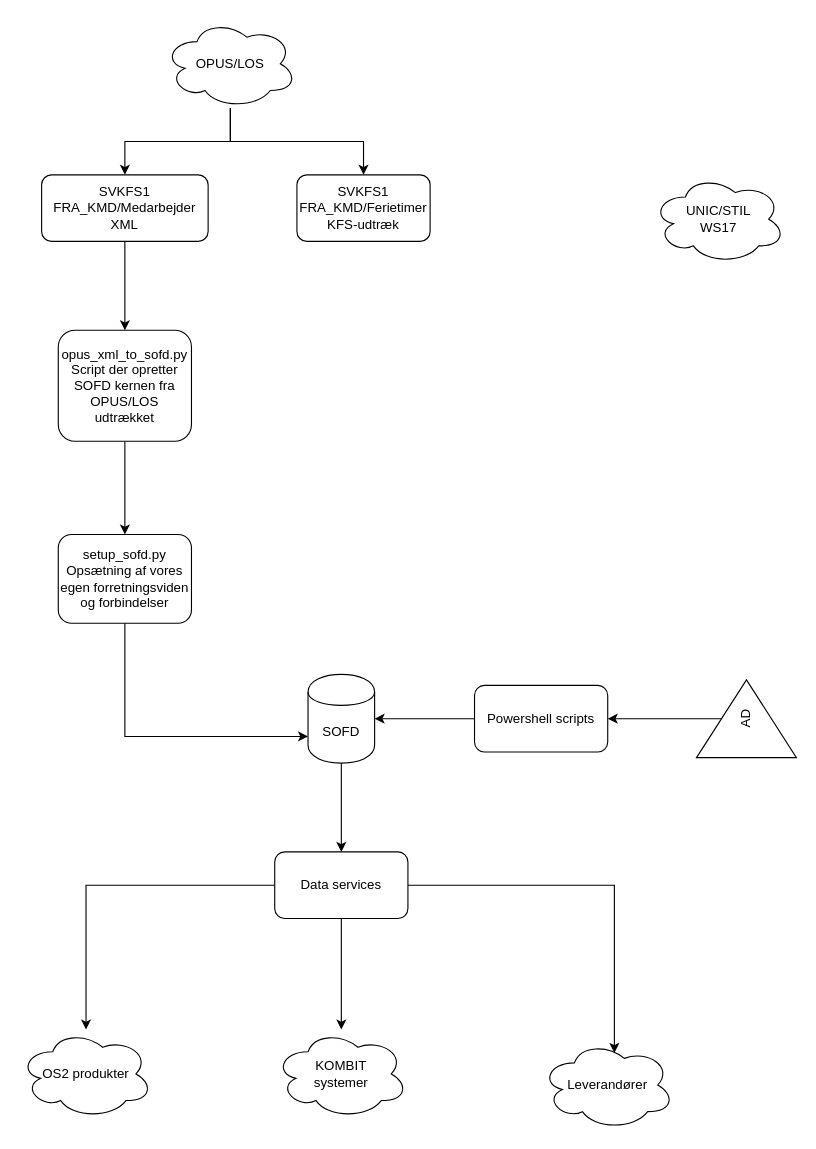
The draw.io diagram SOFD_overordnet.drawio in Skanderborg/SOFD, before the edit. Source tidied: cells renumbered, new cells numbered last; positions are measured from the earlier drawing's top-left corner, leaving out a move shared by most shapes. Both pictures are drawn from the tidied source at 111%, with x=0, y=0 at pixel (19, 19).
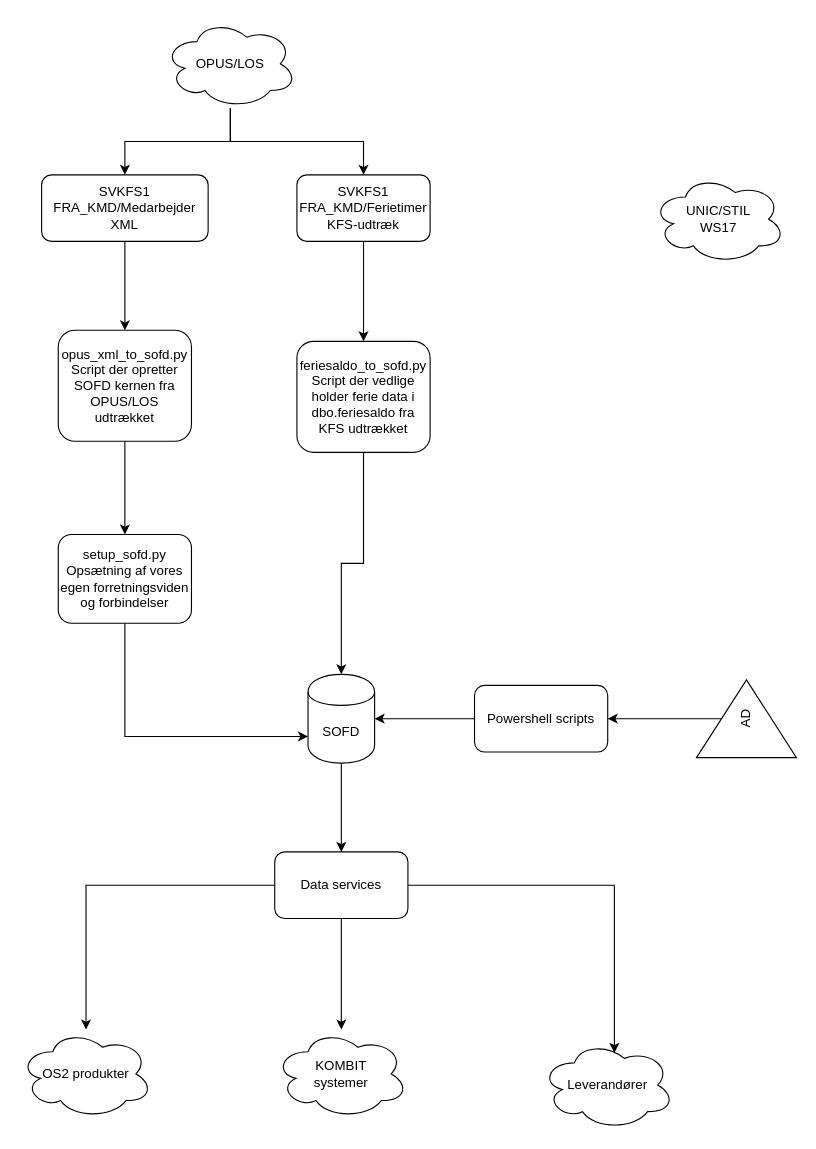
Above is the later version.

The change refers to these unchanged cells:
```xml
<mxCell id="7" value="&lt;div&gt;SVKFS1&lt;/div&gt;&lt;div&gt;FRA_KMD/Ferietimer&lt;/div&gt;&lt;div&gt;KFS-udtræk&lt;br&gt;&lt;/div&gt;" style="rounded=1;whiteSpace=wrap;html=1;" parent="1" vertex="1">
  <mxGeometry x="250" y="140" width="120" height="60" as="geometry" />
</mxCell>
<mxCell id="9" value="SOFD" style="shape=cylinder;whiteSpace=wrap;html=1;boundedLbl=1;backgroundOutline=1;" parent="1" vertex="1">
  <mxGeometry x="260" y="590" width="60" height="80" as="geometry" />
</mxCell>
```

Diff of the diagram source:
```diff
@@
+    <mxCell id="26" style="edgeStyle=orthogonalEdgeStyle;rounded=0;jettySize=auto;html=1;" parent="1" edge="1" source="7" target="28">
+      <mxGeometry relative="1" as="geometry" />
+    </mxCell>
@@
+    <mxCell id="27" style="edgeStyle=orthogonalEdgeStyle;rounded=0;jettySize=auto;html=1;" parent="1" edge="1" source="28" target="9">
+      <mxGeometry relative="1" as="geometry" />
+    </mxCell>
+    <mxCell id="28" value="&lt;div&gt;feriesaldo_to_sofd.py&lt;/div&gt;&lt;div&gt;Script der vedlige holder ferie data i dbo.feriesaldo fra KFS udtrækket&lt;br&gt;&lt;/div&gt;" style="rounded=1;whiteSpace=wrap;html=1;" parent="1" vertex="1">
+      <mxGeometry x="250" y="290" width="120" height="100" as="geometry" />
+    </mxCell>
```
